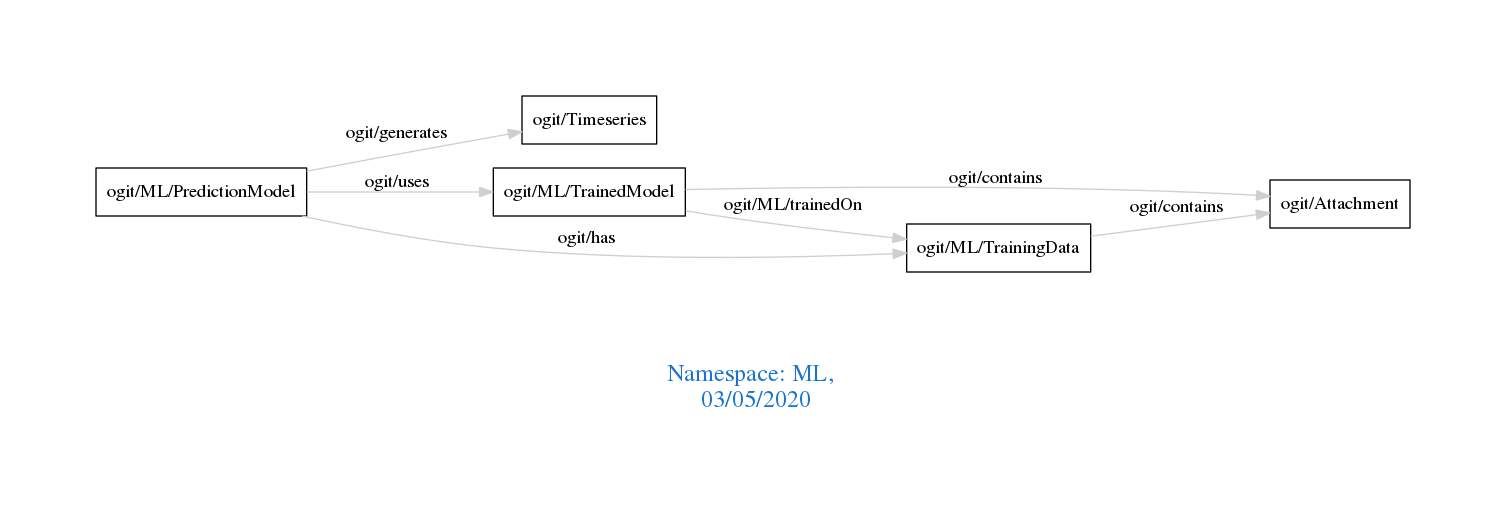
Before: downloads/ML.png, a diagram exported from Graphviz (arago/OGIT). Its source is kept beside it as downloads/ML.dot. Its diagram source:
```dot
digraph OGIT_ontology {
 graph [ rankdir= LR,pad=1
fontsize = 18,
fontcolor= dodgerblue3,label = "\n\n\nNamespace: ML, \n 03/05/2020"];
node[shape=polygon];
edge [  color="gray81"];

   "ogit/ML/TrainedModel" -> "ogit/Attachment" [label="   ogit/contains    "];
   "ogit/ML/TrainingData" -> "ogit/Attachment" [label="   ogit/contains    "];
   "ogit/ML/PredictionModel" -> "ogit/Timeseries" [label="   ogit/generates    "];
   "ogit/ML/TrainedModel" -> "ogit/ML/TrainingData" [label="   ogit/ML/trainedOn    "];
   "ogit/ML/PredictionModel" -> "ogit/ML/TrainedModel" [label="   ogit/uses    "];
   "ogit/ML/PredictionModel" -> "ogit/ML/TrainingData" [label="   ogit/has    "];
}
```
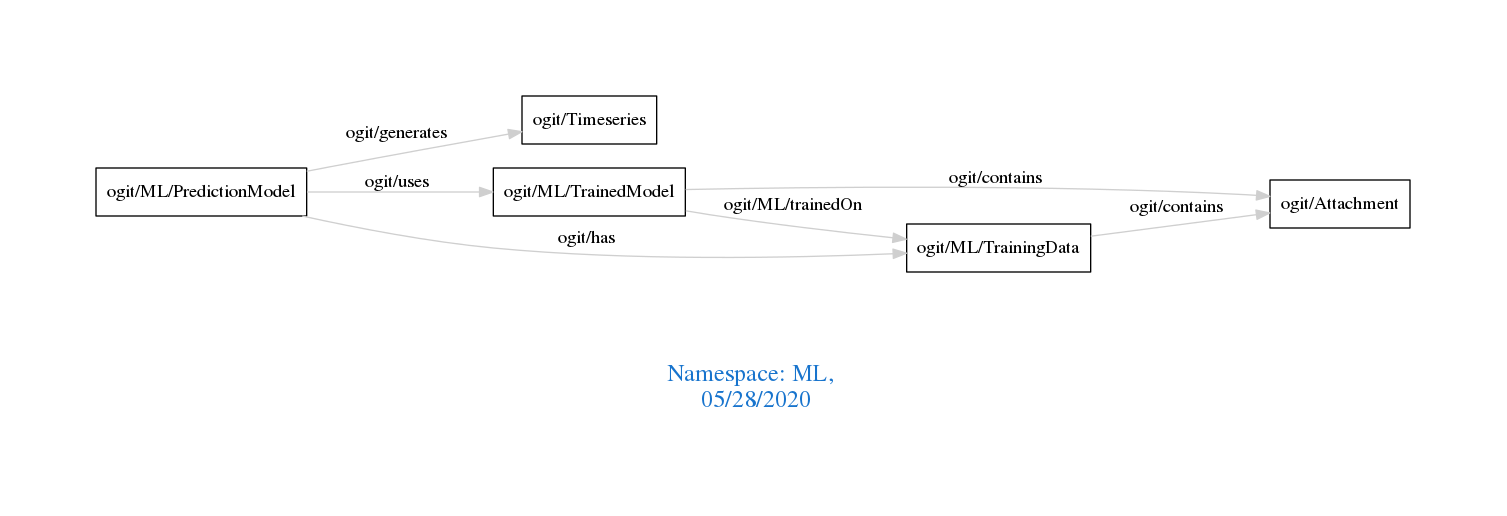
The same diagram one commit later.

The edit, as a diff of the source:
```diff
@@ -1,7 +1,7 @@
 digraph OGIT_ontology {
  graph [ rankdir= LR,pad=1
 fontsize = 18,
-fontcolor= dodgerblue3,label = "\n\n\nNamespace: ML, \n 03/05/2020"];
+fontcolor= dodgerblue3,label = "\n\n\nNamespace: ML, \n 05/28/2020"];
 node[shape=polygon];
 edge [  color="gray81"];
 
```
